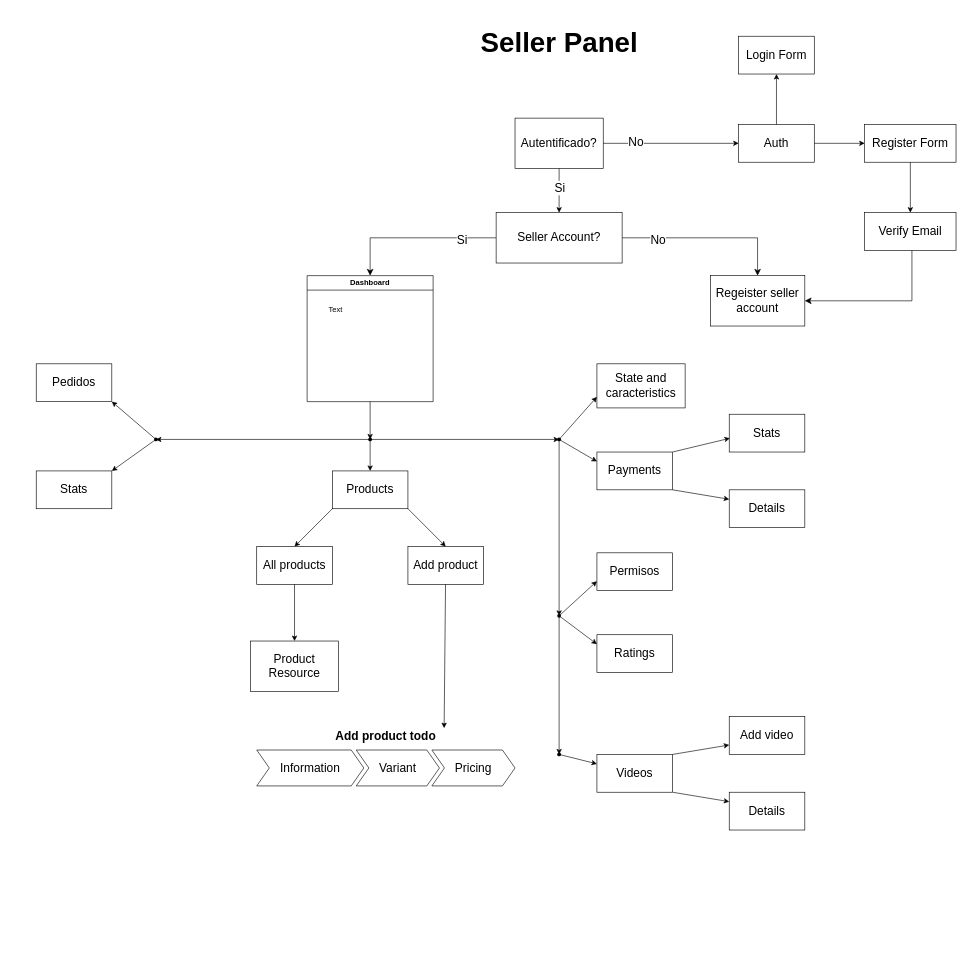
Earlier version of the draw.io diagram page "Seller Site Map" (5 of 5) of uml.drawio (thekevinrex/VirtualShop). Source tidied: cells renumbered, new cells numbered last; positions are measured from the earlier drawing's top-left corner, leaving out a move shared by most shapes. Both pictures are drawn from the tidied source at 63%, with x=0, y=0 at pixel (36, 11).
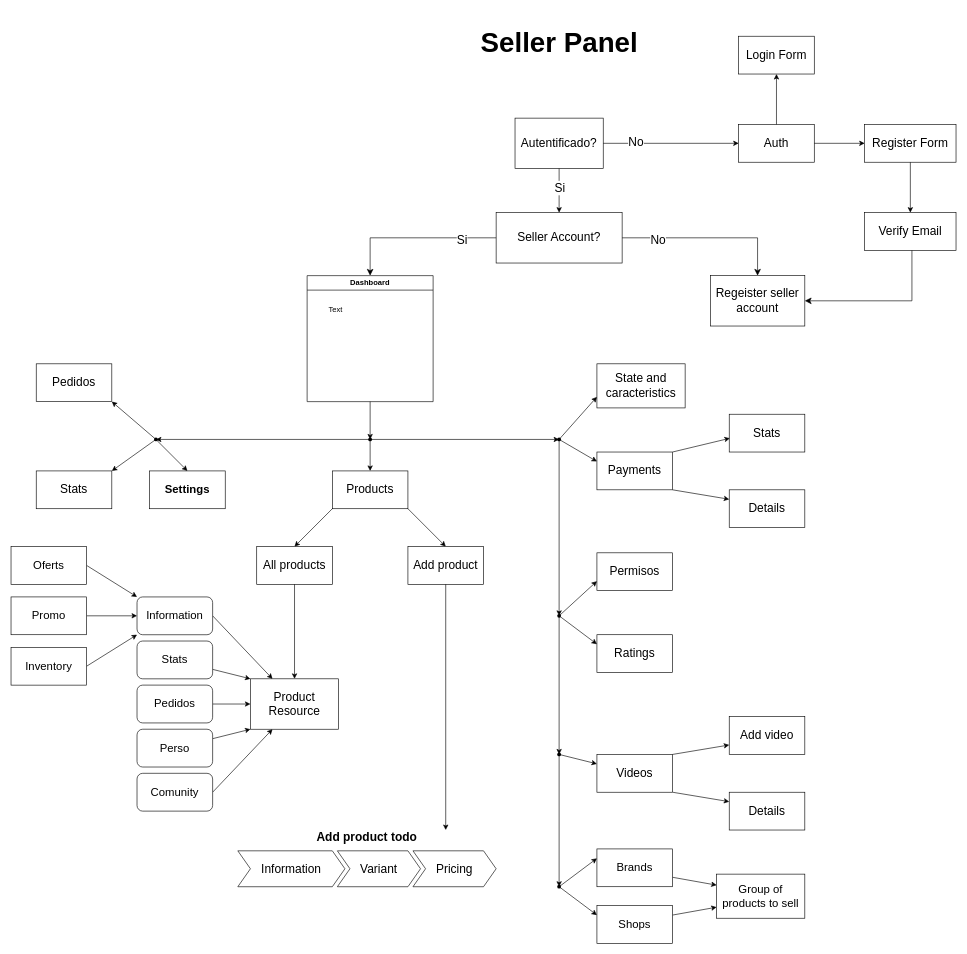
After the change.

The change refers to these unchanged cells:
```xml
<mxCell id="18" value="Add product" style="rounded=0;whiteSpace=wrap;html=1;strokeWidth=1;fontSize=19;fillColor=none;" parent="1" vertex="1">
  <mxGeometry x="590" y="850" width="120" height="60" as="geometry" />
</mxCell>
<mxCell id="51" style="shape=waypoint;sketch=0;fillStyle=solid;size=6;points=[];fillColor=none;perimeter=centerPerimeter;snapToPoint=1;strokeWidth=1;fontSize=19;" parent="1" vertex="1">
  <mxGeometry x="820" y="1170" width="20" height="20" as="geometry" />
</mxCell>
<mxCell id="54" style="shape=waypoint;sketch=0;fillStyle=solid;size=6;points=[];fillColor=none;perimeter=centerPerimeter;snapToPoint=1;strokeWidth=1;fontSize=19;" parent="1" vertex="1">
  <mxGeometry x="180" y="670" width="20" height="20" as="geometry" />
</mxCell>
```

Change to the diagram source:
```diff
@@
-    <mxCell id="17" style="edgeStyle=none;rounded=0;html=1;fontSize=19;startArrow=none;startFill=0;endArrow=classic;endFill=1;entryX=0.715;entryY=-0.018;entryDx=0;entryDy=0;entryPerimeter=0;" parent="1" edge="1" source="18" target="19">
-      <mxGeometry relative="1" as="geometry" />
+    <mxCell id="17" style="edgeStyle=none;rounded=0;html=1;fontSize=19;startArrow=none;startFill=0;endArrow=classic;endFill=1;" parent="1" edge="1" source="18" target="19">
+      <mxGeometry relative="1" as="geometry">
+        <Array as="points">
+          <mxPoint x="650" y="1300" />
+        </Array>
+      </mxGeometry>
     </mxCell>
@@
     <mxCell id="19" value="Add product todo" style="swimlane;horizontal=1;fillColor=none;strokeColor=none;stackBorder=10;align=center;points=[];whiteSpace=wrap;html=1;strokeWidth=1;fontSize=19;" parent="1" vertex="1">
-      <mxGeometry x="340" y="1140" width="430" height="100" as="geometry" />
+      <mxGeometry x="310" y="1300" width="430" height="100" as="geometry" />
     </mxCell>
@@
     <mxCell id="23" value="Product Resource" style="rounded=0;whiteSpace=wrap;html=1;strokeWidth=1;fontSize=19;fillColor=none;" parent="1" vertex="1">
-      <mxGeometry x="340" y="1000" width="140" height="80" as="geometry" />
+      <mxGeometry x="340" y="1060" width="140" height="80" as="geometry" />
     </mxCell>
@@
+    <mxCell id="69" style="edgeStyle=none;html=1;entryX=0.72;entryY=0.44;entryDx=0;entryDy=0;entryPerimeter=0;fontSize=18;" parent="1" edge="1" source="51" target="89">
+      <mxGeometry relative="1" as="geometry" />
+    </mxCell>
@@
+    <mxCell id="70" style="edgeStyle=none;html=1;entryX=0.5;entryY=0;entryDx=0;entryDy=0;fontSize=18;" parent="1" edge="1" source="54" target="95">
+      <mxGeometry relative="1" as="geometry" />
+    </mxCell>
@@
+    <mxCell id="71" style="edgeStyle=none;html=1;exitX=1;exitY=0.5;exitDx=0;exitDy=0;entryX=0;entryY=0;entryDx=0;entryDy=0;fontSize=18;" parent="1" edge="1" source="72" target="78">
+      <mxGeometry relative="1" as="geometry" />
+    </mxCell>
+    <mxCell id="72" value="&lt;font style=&quot;font-size: 18px;&quot;&gt;Oferts&lt;/font&gt;" style="rounded=0;whiteSpace=wrap;html=1;" parent="1" vertex="1">
+      <mxGeometry x="-40" y="850" width="120" height="60" as="geometry" />
+    </mxCell>
+    <mxCell id="73" style="edgeStyle=none;html=1;exitX=1;exitY=0.5;exitDx=0;exitDy=0;entryX=0;entryY=0.5;entryDx=0;entryDy=0;fontSize=18;" parent="1" edge="1" source="74" target="78">
+      <mxGeometry relative="1" as="geometry" />
+    </mxCell>
+    <mxCell id="74" value="Promo" style="rounded=0;whiteSpace=wrap;html=1;fontSize=18;" parent="1" vertex="1">
+      <mxGeometry x="-40" y="930" width="120" height="60" as="geometry" />
+    </mxCell>
+    <mxCell id="75" style="edgeStyle=none;html=1;fontSize=18;exitX=1;exitY=0.5;exitDx=0;exitDy=0;entryX=0;entryY=1;entryDx=0;entryDy=0;" parent="1" edge="1" source="76" target="78">
+      <mxGeometry relative="1" as="geometry" />
+    </mxCell>
+    <mxCell id="76" value="Inventory" style="rounded=0;whiteSpace=wrap;html=1;fontSize=18;" parent="1" vertex="1">
+      <mxGeometry x="-40" y="1010" width="120" height="60" as="geometry" />
+    </mxCell>
+    <mxCell id="77" style="edgeStyle=none;html=1;exitX=1;exitY=0.5;exitDx=0;exitDy=0;entryX=0.25;entryY=0;entryDx=0;entryDy=0;fontSize=18;" parent="1" edge="1" source="78" target="23">
+      <mxGeometry relative="1" as="geometry" />
+    </mxCell>
+    <mxCell id="78" value="Information" style="rounded=1;whiteSpace=wrap;html=1;fontSize=18;" parent="1" vertex="1">
+      <mxGeometry x="160" y="930" width="120" height="60" as="geometry" />
+    </mxCell>
+    <mxCell id="79" style="edgeStyle=none;html=1;entryX=0;entryY=0;entryDx=0;entryDy=0;fontSize=18;" parent="1" edge="1" source="80" target="23">
+      <mxGeometry relative="1" as="geometry" />
+    </mxCell>
+    <mxCell id="80" value="Stats" style="rounded=1;whiteSpace=wrap;html=1;fontSize=18;" parent="1" vertex="1">
+      <mxGeometry x="160" y="1000" width="120" height="60" as="geometry" />
+    </mxCell>
+    <mxCell id="81" style="edgeStyle=none;html=1;entryX=0;entryY=0.5;entryDx=0;entryDy=0;fontSize=18;" parent="1" edge="1" source="82" target="23">
+      <mxGeometry relative="1" as="geometry" />
+    </mxCell>
+    <mxCell id="82" value="Pedidos" style="rounded=1;whiteSpace=wrap;html=1;fontSize=18;" parent="1" vertex="1">
+      <mxGeometry x="160" y="1070" width="120" height="60" as="geometry" />
+    </mxCell>
+    <mxCell id="83" style="edgeStyle=none;html=1;entryX=0;entryY=1;entryDx=0;entryDy=0;fontSize=18;" parent="1" edge="1" source="84" target="23">
+      <mxGeometry relative="1" as="geometry" />
+    </mxCell>
+    <mxCell id="84" value="Perso" style="rounded=1;whiteSpace=wrap;html=1;fontSize=18;" parent="1" vertex="1">
+      <mxGeometry x="160" y="1140" width="120" height="60" as="geometry" />
+    </mxCell>
+    <mxCell id="85" style="edgeStyle=none;html=1;exitX=1;exitY=0.5;exitDx=0;exitDy=0;entryX=0.25;entryY=1;entryDx=0;entryDy=0;fontSize=18;" parent="1" edge="1" source="86" target="23">
+      <mxGeometry relative="1" as="geometry" />
+    </mxCell>
+    <mxCell id="86" value="Comunity" style="rounded=1;whiteSpace=wrap;html=1;fontSize=18;" parent="1" vertex="1">
+      <mxGeometry x="160" y="1210" width="120" height="60" as="geometry" />
+    </mxCell>
+    <mxCell id="87" style="edgeStyle=none;html=1;entryX=0;entryY=0.25;entryDx=0;entryDy=0;fontSize=18;" parent="1" edge="1" source="89" target="91">
+      <mxGeometry relative="1" as="geometry" />
+    </mxCell>
+    <mxCell id="88" style="edgeStyle=none;html=1;entryX=0;entryY=0.25;entryDx=0;entryDy=0;fontSize=18;" parent="1" edge="1" source="89" target="93">
+      <mxGeometry relative="1" as="geometry" />
+    </mxCell>
+    <mxCell id="89" style="shape=waypoint;sketch=0;fillStyle=solid;size=6;points=[];fillColor=none;perimeter=centerPerimeter;snapToPoint=1;strokeWidth=1;fontSize=19;" parent="1" vertex="1">
+      <mxGeometry x="820" y="1380" width="20" height="20" as="geometry" />
+    </mxCell>
+    <mxCell id="90" style="edgeStyle=none;html=1;exitX=1;exitY=0.75;exitDx=0;exitDy=0;entryX=0;entryY=0.25;entryDx=0;entryDy=0;fontSize=18;" parent="1" edge="1" source="91" target="94">
+      <mxGeometry relative="1" as="geometry" />
+    </mxCell>
+    <mxCell id="91" value="Brands" style="rounded=0;whiteSpace=wrap;html=1;fontSize=18;" parent="1" vertex="1">
+      <mxGeometry x="890" y="1330" width="120" height="60" as="geometry" />
+    </mxCell>
+    <mxCell id="92" style="edgeStyle=none;html=1;exitX=1;exitY=0.25;exitDx=0;exitDy=0;entryX=0;entryY=0.75;entryDx=0;entryDy=0;fontSize=18;" parent="1" edge="1" source="93" target="94">
+      <mxGeometry relative="1" as="geometry" />
+    </mxCell>
+    <mxCell id="93" value="Shops" style="rounded=0;whiteSpace=wrap;html=1;fontSize=18;" parent="1" vertex="1">
+      <mxGeometry x="890" y="1420" width="120" height="60" as="geometry" />
+    </mxCell>
+    <mxCell id="94" value="Group of products to sell" style="rounded=0;whiteSpace=wrap;html=1;fontSize=18;" parent="1" vertex="1">
+      <mxGeometry x="1080" y="1370" width="140" height="70" as="geometry" />
+    </mxCell>
+    <mxCell id="95" value="&lt;font style=&quot;font-size: 18px;&quot;&gt;Settings&lt;/font&gt;" style="whiteSpace=wrap;html=1;fillColor=none;fontStyle=1;startSize=23;strokeWidth=1;" parent="1" vertex="1">
+      <mxGeometry x="180" y="730" width="120" height="60" as="geometry" />
+    </mxCell>
```
